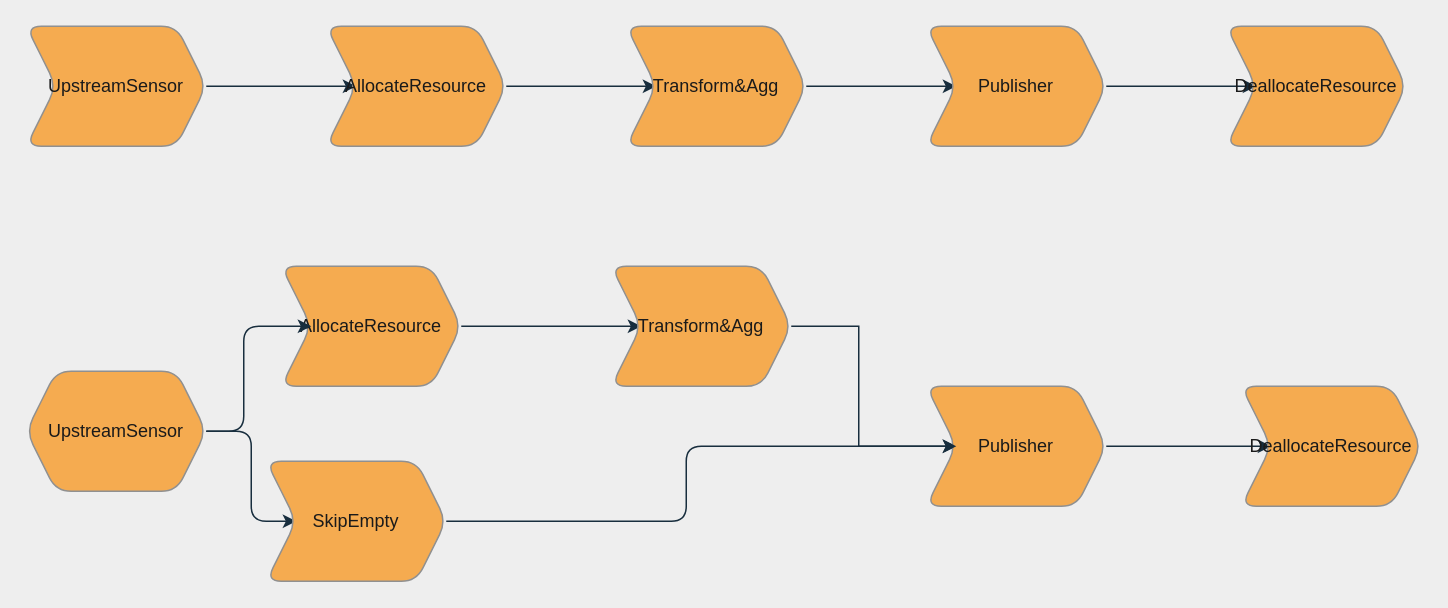
Above: Untitled Diagram.drawio in nadong/drawio (draw.io), before the change. Source tidied: cells renumbered, new cells numbered last; positions are measured from the earlier drawing's top-left corner, leaving out a move shared by most shapes. Both pictures are drawn from the tidied source at 150%, with x=0, y=0 at pixel (26, 26).
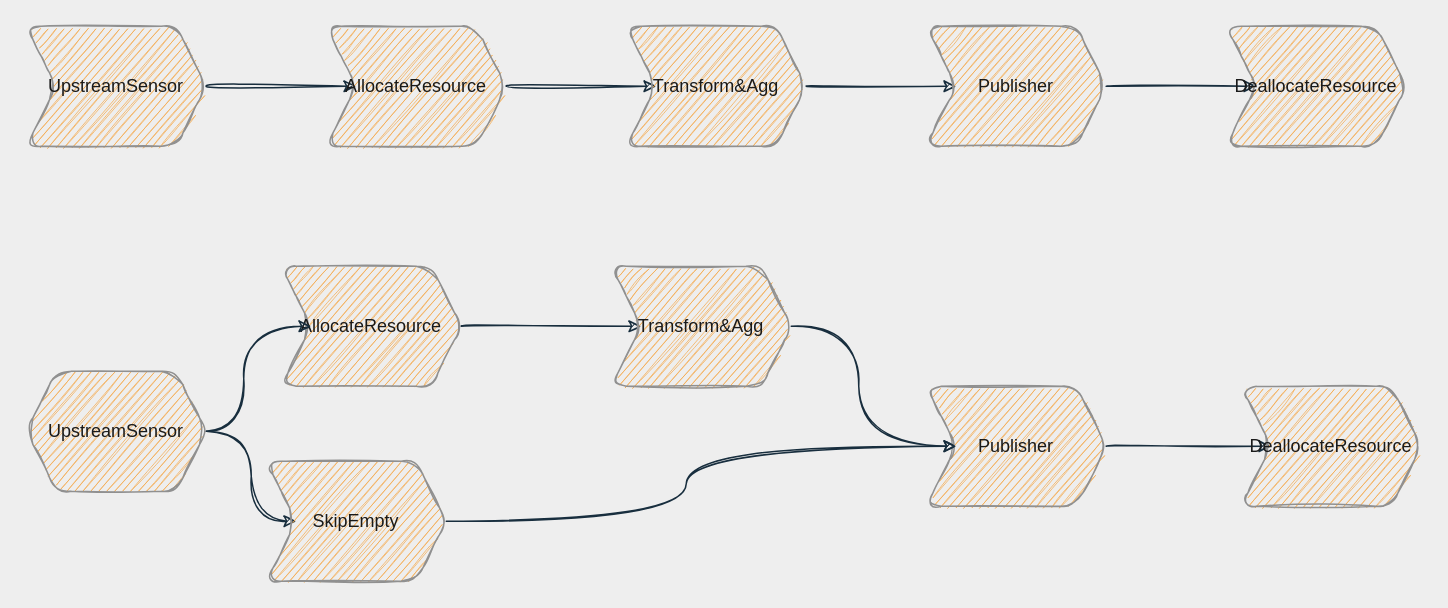
The same page after the edit.

The edit, as a diff of the source:
```diff
@@
-    <mxCell id="2" style="edgeStyle=orthogonalEdgeStyle;rounded=0;jettySize=auto;html=1;strokeColor=#182E3E;labelBackgroundColor=#EEEEEE;fontColor=#1A1A1A;" parent="1" edge="1" source="3" target="5">
+    <mxCell id="2" style="edgeStyle=orthogonalEdgeStyle;jettySize=auto;html=1;strokeColor=#182E3E;labelBackgroundColor=#EEEEEE;fontColor=#1A1A1A;sketch=1;curved=1;" parent="1" edge="1" source="3" target="5">
       <mxGeometry relative="1" as="geometry" />
     </mxCell>
-    <mxCell id="3" value="UpstreamSensor" style="shape=step;perimeter=stepPerimeter;whiteSpace=wrap;html=1;fixedSize=1;rounded=1;fillColor=#F5AB50;strokeColor=#909090;fontColor=#1A1A1A;" parent="1" vertex="1">
+    <mxCell id="3" value="UpstreamSensor" style="shape=step;perimeter=stepPerimeter;whiteSpace=wrap;html=1;fixedSize=1;fillColor=#F5AB50;strokeColor=#909090;fontColor=#1A1A1A;sketch=1;rounded=1;" parent="1" vertex="1">
       <mxGeometry width="120" height="80" as="geometry" />
     </mxCell>
-    <mxCell id="4" style="edgeStyle=orthogonalEdgeStyle;rounded=0;jettySize=auto;html=1;strokeColor=#182E3E;labelBackgroundColor=#EEEEEE;fontColor=#1A1A1A;" parent="1" edge="1" source="5" target="7">
+    <mxCell id="4" style="edgeStyle=orthogonalEdgeStyle;jettySize=auto;html=1;strokeColor=#182E3E;labelBackgroundColor=#EEEEEE;fontColor=#1A1A1A;sketch=1;curved=1;" parent="1" edge="1" source="5" target="7">
       <mxGeometry relative="1" as="geometry" />
     </mxCell>
-    <mxCell id="5" value="AllocateResource" style="shape=step;perimeter=stepPerimeter;whiteSpace=wrap;html=1;fixedSize=1;rounded=1;fillColor=#F5AB50;strokeColor=#909090;fontColor=#1A1A1A;" parent="1" vertex="1">
+    <mxCell id="5" value="AllocateResource" style="shape=step;perimeter=stepPerimeter;whiteSpace=wrap;html=1;fixedSize=1;fillColor=#F5AB50;strokeColor=#909090;fontColor=#1A1A1A;sketch=1;rounded=1;" parent="1" vertex="1">
       <mxGeometry x="200" width="120" height="80" as="geometry" />
     </mxCell>
-    <mxCell id="6" style="edgeStyle=orthogonalEdgeStyle;rounded=0;jettySize=auto;html=1;strokeColor=#182E3E;labelBackgroundColor=#EEEEEE;fontColor=#1A1A1A;" parent="1" edge="1" source="7" target="9">
+    <mxCell id="6" style="edgeStyle=orthogonalEdgeStyle;jettySize=auto;html=1;strokeColor=#182E3E;labelBackgroundColor=#EEEEEE;fontColor=#1A1A1A;sketch=1;curved=1;" parent="1" edge="1" source="7" target="9">
       <mxGeometry relative="1" as="geometry" />
     </mxCell>
-    <mxCell id="7" value="Transform&amp;amp;Agg" style="shape=step;perimeter=stepPerimeter;whiteSpace=wrap;html=1;fixedSize=1;rounded=1;fillColor=#F5AB50;strokeColor=#909090;fontColor=#1A1A1A;" parent="1" vertex="1">
+    <mxCell id="7" value="Transform&amp;amp;Agg" style="shape=step;perimeter=stepPerimeter;whiteSpace=wrap;html=1;fixedSize=1;fillColor=#F5AB50;strokeColor=#909090;fontColor=#1A1A1A;sketch=1;rounded=1;" parent="1" vertex="1">
       <mxGeometry x="400" width="120" height="80" as="geometry" />
     </mxCell>
-    <mxCell id="8" style="edgeStyle=orthogonalEdgeStyle;rounded=0;jettySize=auto;html=1;strokeColor=#182E3E;labelBackgroundColor=#EEEEEE;fontColor=#1A1A1A;" parent="1" edge="1" source="9" target="10">
+    <mxCell id="8" style="edgeStyle=orthogonalEdgeStyle;jettySize=auto;html=1;strokeColor=#182E3E;labelBackgroundColor=#EEEEEE;fontColor=#1A1A1A;sketch=1;curved=1;" parent="1" edge="1" source="9" target="10">
       <mxGeometry relative="1" as="geometry" />
     </mxCell>
-    <mxCell id="9" value="Publisher" style="shape=step;perimeter=stepPerimeter;whiteSpace=wrap;html=1;fixedSize=1;rounded=1;fillColor=#F5AB50;strokeColor=#909090;fontColor=#1A1A1A;" parent="1" vertex="1">
+    <mxCell id="9" value="Publisher" style="shape=step;perimeter=stepPerimeter;whiteSpace=wrap;html=1;fixedSize=1;fillColor=#F5AB50;strokeColor=#909090;fontColor=#1A1A1A;sketch=1;rounded=1;" parent="1" vertex="1">
       <mxGeometry x="600" width="120" height="80" as="geometry" />
     </mxCell>
-    <mxCell id="10" value="DeallocateResource" style="shape=step;perimeter=stepPerimeter;whiteSpace=wrap;html=1;fixedSize=1;rounded=1;fillColor=#F5AB50;strokeColor=#909090;fontColor=#1A1A1A;" parent="1" vertex="1">
+    <mxCell id="10" value="DeallocateResource" style="shape=step;perimeter=stepPerimeter;whiteSpace=wrap;html=1;fixedSize=1;fillColor=#F5AB50;strokeColor=#909090;fontColor=#1A1A1A;sketch=1;rounded=1;" parent="1" vertex="1">
       <mxGeometry x="800" width="120" height="80" as="geometry" />
     </mxCell>
-    <mxCell id="11" style="edgeStyle=orthogonalEdgeStyle;rounded=0;jettySize=auto;html=1;strokeColor=#182E3E;labelBackgroundColor=#EEEEEE;fontColor=#1A1A1A;" parent="1" edge="1" source="12" target="14">
+    <mxCell id="11" style="edgeStyle=orthogonalEdgeStyle;jettySize=auto;html=1;strokeColor=#182E3E;labelBackgroundColor=#EEEEEE;fontColor=#1A1A1A;sketch=1;curved=1;" parent="1" edge="1" source="12" target="14">
       <mxGeometry relative="1" as="geometry" />
     </mxCell>
-    <mxCell id="12" value="AllocateResource" style="shape=step;perimeter=stepPerimeter;whiteSpace=wrap;html=1;fixedSize=1;rounded=1;fillColor=#F5AB50;strokeColor=#909090;fontColor=#1A1A1A;" parent="1" vertex="1">
+    <mxCell id="12" value="AllocateResource" style="shape=step;perimeter=stepPerimeter;whiteSpace=wrap;html=1;fixedSize=1;fillColor=#F5AB50;strokeColor=#909090;fontColor=#1A1A1A;sketch=1;rounded=1;" parent="1" vertex="1">
       <mxGeometry x="170" y="160" width="120" height="80" as="geometry" />
     </mxCell>
-    <mxCell id="13" style="edgeStyle=orthogonalEdgeStyle;rounded=0;jettySize=auto;html=1;strokeColor=#182E3E;labelBackgroundColor=#EEEEEE;fontColor=#1A1A1A;" parent="1" edge="1" source="14" target="16">
+    <mxCell id="13" style="edgeStyle=orthogonalEdgeStyle;jettySize=auto;html=1;strokeColor=#182E3E;labelBackgroundColor=#EEEEEE;fontColor=#1A1A1A;sketch=1;curved=1;" parent="1" edge="1" source="14" target="16">
       <mxGeometry relative="1" as="geometry" />
     </mxCell>
-    <mxCell id="14" value="Transform&amp;amp;Agg" style="shape=step;perimeter=stepPerimeter;whiteSpace=wrap;html=1;fixedSize=1;rounded=1;fillColor=#F5AB50;strokeColor=#909090;fontColor=#1A1A1A;" parent="1" vertex="1">
+    <mxCell id="14" value="Transform&amp;amp;Agg" style="shape=step;perimeter=stepPerimeter;whiteSpace=wrap;html=1;fixedSize=1;fillColor=#F5AB50;strokeColor=#909090;fontColor=#1A1A1A;sketch=1;rounded=1;" parent="1" vertex="1">
       <mxGeometry x="390" y="160" width="120" height="80" as="geometry" />
     </mxCell>
-    <mxCell id="15" style="edgeStyle=orthogonalEdgeStyle;rounded=0;jettySize=auto;html=1;strokeColor=#182E3E;labelBackgroundColor=#EEEEEE;fontColor=#1A1A1A;" parent="1" edge="1" source="16" target="17">
+    <mxCell id="15" style="edgeStyle=orthogonalEdgeStyle;jettySize=auto;html=1;strokeColor=#182E3E;labelBackgroundColor=#EEEEEE;fontColor=#1A1A1A;sketch=1;curved=1;" parent="1" edge="1" source="16" target="17">
       <mxGeometry relative="1" as="geometry" />
     </mxCell>
-    <mxCell id="16" value="Publisher" style="shape=step;perimeter=stepPerimeter;whiteSpace=wrap;html=1;fixedSize=1;rounded=1;fillColor=#F5AB50;strokeColor=#909090;fontColor=#1A1A1A;" parent="1" vertex="1">
+    <mxCell id="16" value="Publisher" style="shape=step;perimeter=stepPerimeter;whiteSpace=wrap;html=1;fixedSize=1;fillColor=#F5AB50;strokeColor=#909090;fontColor=#1A1A1A;sketch=1;rounded=1;" parent="1" vertex="1">
       <mxGeometry x="600" y="240" width="120" height="80" as="geometry" />
     </mxCell>
-    <mxCell id="17" value="DeallocateResource" style="shape=step;perimeter=stepPerimeter;whiteSpace=wrap;html=1;fixedSize=1;rounded=1;fillColor=#F5AB50;strokeColor=#909090;fontColor=#1A1A1A;" parent="1" vertex="1">
+    <mxCell id="17" value="DeallocateResource" style="shape=step;perimeter=stepPerimeter;whiteSpace=wrap;html=1;fixedSize=1;fillColor=#F5AB50;strokeColor=#909090;fontColor=#1A1A1A;sketch=1;rounded=1;" parent="1" vertex="1">
       <mxGeometry x="810" y="240" width="120" height="80" as="geometry" />
     </mxCell>
-    <mxCell id="18" style="edgeStyle=orthogonalEdgeStyle;curved=0;rounded=1;sketch=0;jettySize=auto;html=1;strokeColor=#182E3E;labelBackgroundColor=#EEEEEE;fontColor=#1A1A1A;" parent="1" edge="1" source="20" target="12">
+    <mxCell id="18" style="edgeStyle=orthogonalEdgeStyle;jettySize=auto;html=1;strokeColor=#182E3E;labelBackgroundColor=#EEEEEE;fontColor=#1A1A1A;sketch=1;curved=1;" parent="1" edge="1" source="20" target="12">
       <mxGeometry relative="1" as="geometry" />
     </mxCell>
-    <mxCell id="19" style="edgeStyle=orthogonalEdgeStyle;curved=0;rounded=1;sketch=0;jettySize=auto;html=1;strokeColor=#182E3E;exitX=1;exitY=0.5;exitDx=0;exitDy=0;labelBackgroundColor=#EEEEEE;fontColor=#1A1A1A;" parent="1" edge="1" source="20" target="22">
+    <mxCell id="19" style="edgeStyle=orthogonalEdgeStyle;jettySize=auto;html=1;strokeColor=#182E3E;exitX=1;exitY=0.5;exitDx=0;exitDy=0;labelBackgroundColor=#EEEEEE;fontColor=#1A1A1A;sketch=1;curved=1;" parent="1" edge="1" source="20" target="22">
       <mxGeometry relative="1" as="geometry">
         <Array as="points">
           <mxPoint x="150" y="270" />
           <mxPoint x="150" y="330" />
         </Array>
       </mxGeometry>
     </mxCell>
-    <mxCell id="20" value="UpstreamSensor" style="shape=hexagon;perimeter=hexagonPerimeter2;whiteSpace=wrap;html=1;fixedSize=1;rounded=1;fontColor=#1A1A1A;strokeColor=#909090;fillColor=#F5AB50;" parent="1" vertex="1">
+    <mxCell id="20" value="UpstreamSensor" style="shape=hexagon;perimeter=hexagonPerimeter2;whiteSpace=wrap;html=1;fixedSize=1;fontColor=#1A1A1A;strokeColor=#909090;fillColor=#F5AB50;sketch=1;rounded=1;" parent="1" vertex="1">
       <mxGeometry y="230" width="120" height="80" as="geometry" />
     </mxCell>
-    <mxCell id="21" style="edgeStyle=orthogonalEdgeStyle;curved=0;rounded=1;sketch=0;jettySize=auto;html=1;strokeColor=#182E3E;labelBackgroundColor=#EEEEEE;fontColor=#1A1A1A;" parent="1" edge="1" source="22" target="16">
+    <mxCell id="21" style="edgeStyle=orthogonalEdgeStyle;jettySize=auto;html=1;strokeColor=#182E3E;labelBackgroundColor=#EEEEEE;fontColor=#1A1A1A;sketch=1;curved=1;" parent="1" edge="1" source="22" target="16">
       <mxGeometry relative="1" as="geometry" />
     </mxCell>
-    <mxCell id="22" value="SkipEmpty" style="shape=step;perimeter=stepPerimeter;whiteSpace=wrap;html=1;fixedSize=1;rounded=1;fontColor=#1A1A1A;strokeColor=#909090;fillColor=#F5AB50;" parent="1" vertex="1">
+    <mxCell id="22" value="SkipEmpty" style="shape=step;perimeter=stepPerimeter;whiteSpace=wrap;html=1;fixedSize=1;fontColor=#1A1A1A;strokeColor=#909090;fillColor=#F5AB50;sketch=1;rounded=1;" parent="1" vertex="1">
       <mxGeometry x="160" y="290" width="120" height="80" as="geometry" />
     </mxCell>
```
